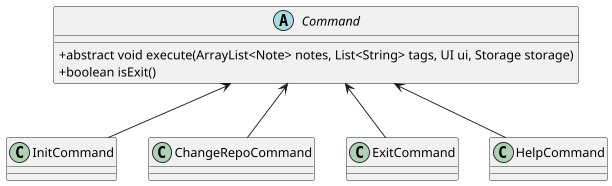
Before: docs/images/SystemCommands.png, a diagram exported from PlantUML (shauntsr/tp). Source of this version:
```plantuml
@startuml SystemCommands
skinparam classAttributeIconSize 0

abstract class Command {
    + abstract void execute(ArrayList<Note> notes, List<String> tags, UI ui, Storage storage)
    + boolean isExit()
}
class InitCommand
class ChangeRepoCommand
class ExitCommand
class HelpCommand

InitCommand -up-> Command
ExitCommand -up-> Command
ChangeRepoCommand -up-> Command
HelpCommand -up-> Command
@enduml
```
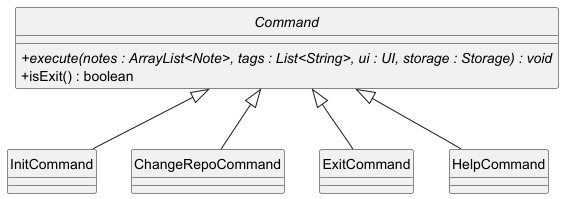
Later version of the same file.

What changed in the source:
```diff
@@ -1,17 +1,17 @@
 @startuml SystemCommands
 skinparam classAttributeIconSize 0
-
+hide circle
 abstract class Command {
-    + abstract void execute(ArrayList<Note> notes, List<String> tags, UI ui, Storage storage)
-    + boolean isExit()
+    + {abstract} execute(notes : ArrayList<Note>, tags : List<String>, ui : UI, storage : Storage) : void
+    + isExit() : boolean
 }
 class InitCommand
 class ChangeRepoCommand
 class ExitCommand
 class HelpCommand
 
-InitCommand -up-> Command
-ExitCommand -up-> Command
-ChangeRepoCommand -up-> Command
-HelpCommand -up-> Command
+InitCommand -up-|> Command
+ExitCommand -up-|> Command
+ChangeRepoCommand -up-|> Command
+HelpCommand -up-|> Command
 @enduml
```
